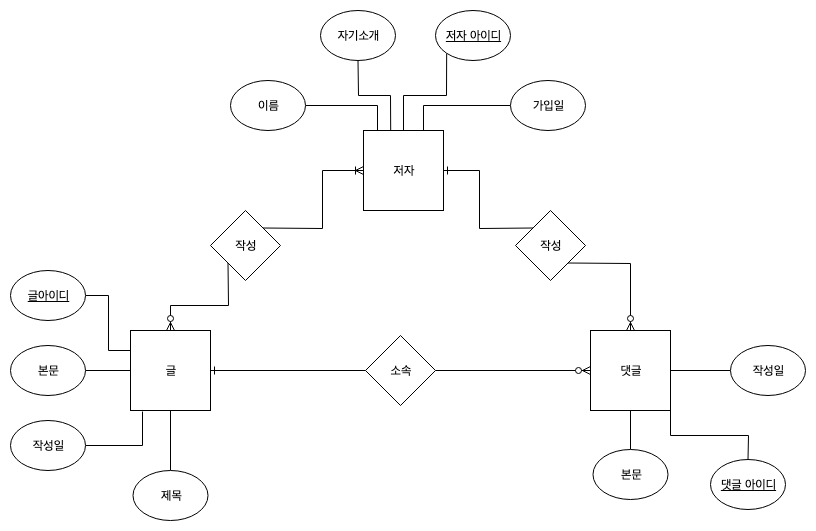
Above: 관계형 데이터 모델링 ERD 실습.png in seongjoojin/learn-database (draw.io), before the change. Source tidied: cells renumbered, new cells last; positions are measured from the earlier drawing's top-left corner, leaving out a move shared by most shapes.
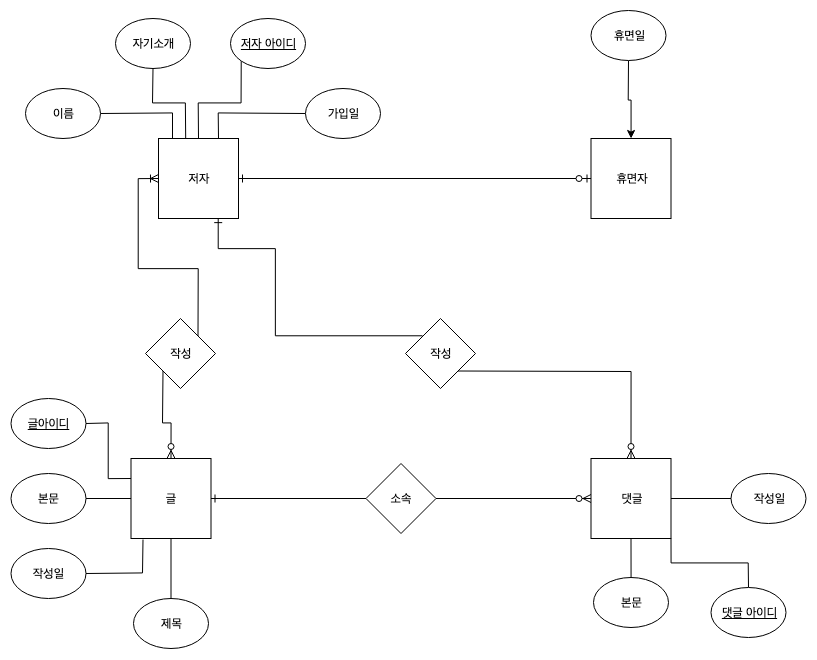
The same file after the commit.

Commit message:
Added 관계형 데이터 모델링 ERD 실습.png

What changed in the source:
```diff
@@ -23,8 +23,11 @@
     <mxCell id="8" style="edgeStyle=orthogonalEdgeStyle;rounded=0;jettySize=auto;html=1;exitX=0.75;exitY=0;exitDx=0;exitDy=0;entryX=0;entryY=0.5;entryDx=0;entryDy=0;endArrow=none;endFill=0;" parent="1" edge="1" source="9" target="21">
       <mxGeometry relative="1" as="geometry" />
     </mxCell>
+    <mxCell id="36" style="edgeStyle=orthogonalEdgeStyle;rounded=0;jettySize=auto;html=1;exitX=1;exitY=0.5;exitDx=0;exitDy=0;entryX=0;entryY=0.5;entryDx=0;entryDy=0;endArrow=ERzeroToOne;endFill=1;startArrow=ERone;startFill=0;" parent="1" edge="1" source="9" target="37">
+      <mxGeometry relative="1" as="geometry" />
+    </mxCell>
     <mxCell id="9" value="저자" style="whiteSpace=wrap;html=1;" parent="1" vertex="1">
-      <mxGeometry x="353" y="120" width="80" height="80" as="geometry" />
+      <mxGeometry x="147.5" width="80" height="80" as="geometry" />
     </mxCell>
     <mxCell id="10" style="edgeStyle=orthogonalEdgeStyle;rounded=0;jettySize=auto;html=1;exitX=1;exitY=0.5;exitDx=0;exitDy=0;entryX=0;entryY=0.5;entryDx=0;entryDy=0;endArrow=none;endFill=0;" parent="1" edge="1" source="13" target="22">
       <mxGeometry relative="1" as="geometry" />
@@ -54,13 +57,13 @@
       <mxGeometry y="410" width="75" height="50" as="geometry" />
     </mxCell>
     <mxCell id="19" value="이름" style="ellipse;whiteSpace=wrap;html=1;" parent="1" vertex="1">
-      <mxGeometry x="220" y="70" width="75" height="50" as="geometry" />
+      <mxGeometry x="14.5" y="-50" width="75" height="50" as="geometry" />
     </mxCell>
     <mxCell id="20" value="자기소개" style="ellipse;whiteSpace=wrap;html=1;" parent="1" vertex="1">
-      <mxGeometry x="310" width="75" height="50" as="geometry" />
+      <mxGeometry x="104.5" y="-120" width="75" height="50" as="geometry" />
     </mxCell>
     <mxCell id="21" value="가입일" style="ellipse;whiteSpace=wrap;html=1;" parent="1" vertex="1">
-      <mxGeometry x="500" y="70" width="75" height="50" as="geometry" />
+      <mxGeometry x="294.5" y="-50" width="75" height="50" as="geometry" />
     </mxCell>
     <mxCell id="22" value="작성일" style="ellipse;whiteSpace=wrap;html=1;" parent="1" vertex="1">
       <mxGeometry x="720" y="335" width="75" height="50" as="geometry" />
@@ -81,22 +84,28 @@
       <mxGeometry relative="1" as="geometry" />
     </mxCell>
     <mxCell id="28" value="&lt;u&gt;저자 아이디&lt;/u&gt;" style="ellipse;whiteSpace=wrap;html=1;" parent="1" vertex="1">
-      <mxGeometry x="425" width="75" height="50" as="geometry" />
+      <mxGeometry x="219.5" y="-120" width="75" height="50" as="geometry" />
     </mxCell>
     <mxCell id="29" style="edgeStyle=orthogonalEdgeStyle;rounded=0;jettySize=auto;html=1;exitX=1;exitY=0;exitDx=0;exitDy=0;entryX=0;entryY=0.5;entryDx=0;entryDy=0;endArrow=ERoneToMany;endFill=0;" parent="1" edge="1" source="30" target="9">
       <mxGeometry relative="1" as="geometry" />
     </mxCell>
     <mxCell id="30" value="작성" style="rhombus;whiteSpace=wrap;html=1;" parent="1" vertex="1">
-      <mxGeometry x="200" y="200" width="70" height="70" as="geometry" />
+      <mxGeometry x="134.5" y="180" width="70" height="70" as="geometry" />
     </mxCell>
-    <mxCell id="31" style="edgeStyle=orthogonalEdgeStyle;rounded=0;jettySize=auto;html=1;exitX=0;exitY=0;exitDx=0;exitDy=0;entryX=1;entryY=0.5;entryDx=0;entryDy=0;endArrow=ERone;endFill=0;" parent="1" edge="1" source="33" target="9">
-      <mxGeometry relative="1" as="geometry" />
+    <mxCell id="31" style="edgeStyle=orthogonalEdgeStyle;rounded=0;jettySize=auto;html=1;exitX=0;exitY=0;exitDx=0;exitDy=0;entryX=0.75;entryY=1;entryDx=0;entryDy=0;endArrow=ERone;endFill=0;" parent="1" edge="1" source="33" target="9">
+      <mxGeometry relative="1" as="geometry">
+        <Array as="points">
+          <mxPoint x="264.5" y="198" />
+          <mxPoint x="264.5" y="110" />
+          <mxPoint x="207.5" y="110" />
+        </Array>
+      </mxGeometry>
     </mxCell>
     <mxCell id="32" style="edgeStyle=orthogonalEdgeStyle;rounded=0;jettySize=auto;html=1;exitX=1;exitY=1;exitDx=0;exitDy=0;entryX=0.5;entryY=0;entryDx=0;entryDy=0;endArrow=ERzeroToMany;endFill=1;" parent="1" edge="1" source="33" target="13">
       <mxGeometry relative="1" as="geometry" />
     </mxCell>
     <mxCell id="33" value="작성" style="rhombus;whiteSpace=wrap;html=1;" parent="1" vertex="1">
-      <mxGeometry x="505" y="200" width="70" height="70" as="geometry" />
+      <mxGeometry x="394.5" y="180" width="70" height="70" as="geometry" />
     </mxCell>
     <mxCell id="34" style="edgeStyle=orthogonalEdgeStyle;rounded=0;jettySize=auto;html=1;exitX=1;exitY=0.5;exitDx=0;exitDy=0;entryX=0;entryY=0.5;entryDx=0;entryDy=0;endArrow=ERzeroToMany;endFill=1;" parent="1" edge="1" source="35" target="13">
       <mxGeometry relative="1" as="geometry" />
@@ -104,5 +113,14 @@
     <mxCell id="35" value="소속" style="rhombus;whiteSpace=wrap;html=1;" parent="1" vertex="1">
       <mxGeometry x="355" y="325" width="70" height="70" as="geometry" />
     </mxCell>
+    <mxCell id="37" value="휴면자" style="whiteSpace=wrap;html=1;" parent="1" vertex="1">
+      <mxGeometry x="580" width="80" height="80" as="geometry" />
+    </mxCell>
+    <mxCell id="38" style="edgeStyle=orthogonalEdgeStyle;rounded=0;jettySize=auto;html=1;exitX=0.5;exitY=1;exitDx=0;exitDy=0;" parent="1" edge="1" source="39" target="37">
+      <mxGeometry relative="1" as="geometry" />
+    </mxCell>
+    <mxCell id="39" value="휴면일" style="ellipse;whiteSpace=wrap;html=1;" parent="1" vertex="1">
+      <mxGeometry x="580" y="-128" width="75" height="50" as="geometry" />
+    </mxCell>
   </root>
 </mxGraphModel>
```
